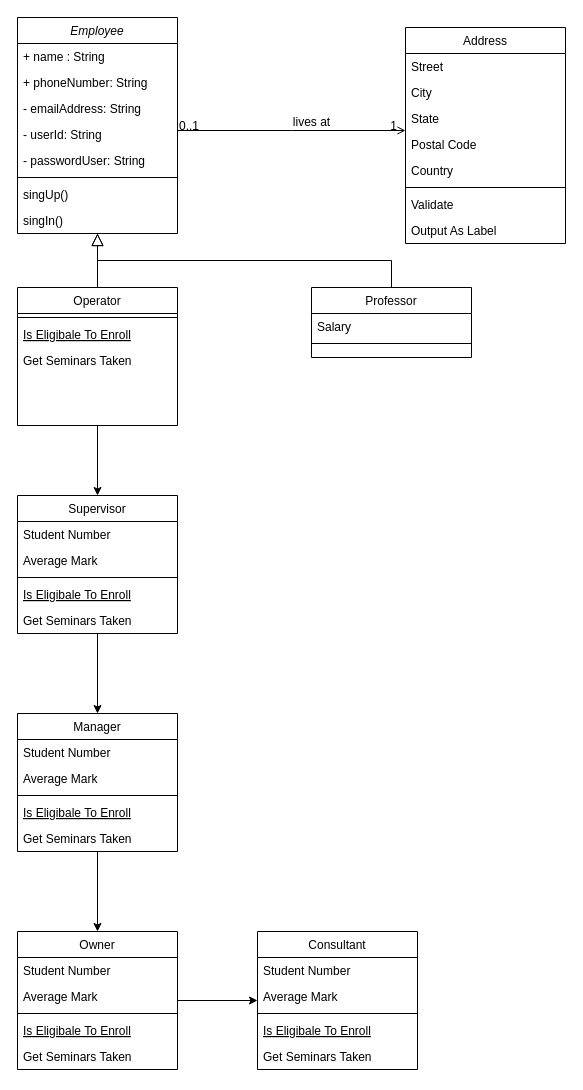
Above: page "Page-1" (1 of 2) of Classes_app.drawio in vivianebuge/objectOrientedJava (draw.io), before the change. Source tidied: cells renumbered, new cells numbered last; positions are measured from the earlier drawing's top-left corner, leaving out a move shared by most shapes. Both pictures are drawn from the tidied source at 100%, with x=0, y=0 at pixel (17, 17).
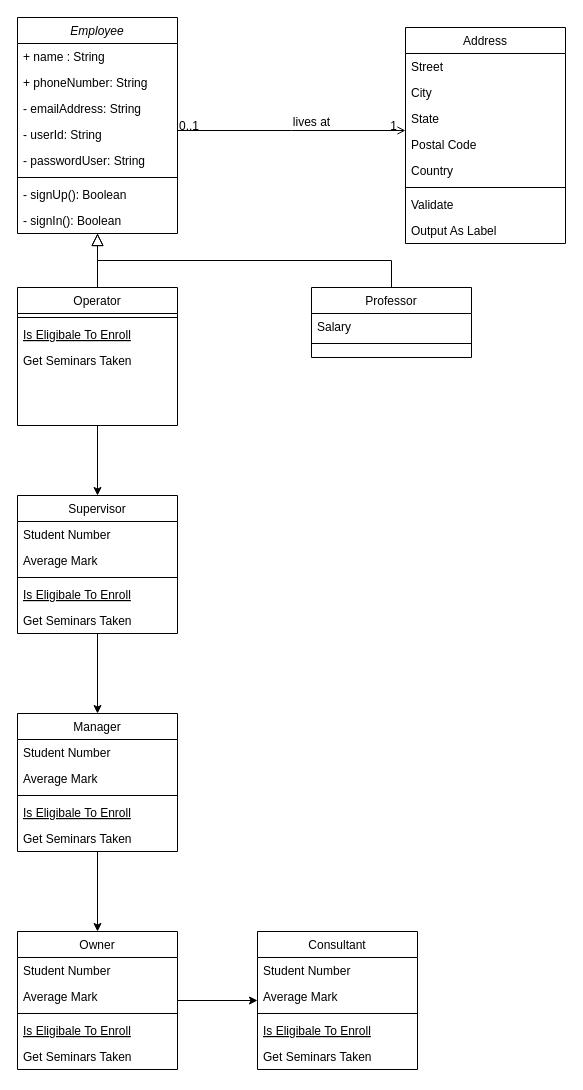
The same page after the edit.

Unchanged cells that the change refers to:
```xml
<mxCell id="2" value="Employee" style="swimlane;fontStyle=2;align=center;verticalAlign=top;horizontal=1;startSize=26;rounded=0;shadow=0;strokeWidth=1;" parent="1" vertex="1">
  <mxGeometry width="160" height="216" as="geometry" />
</mxCell>
```

Change to the diagram source:
```diff
@@
-    <mxCell id="9" value="singUp()" style="text;align=left;verticalAlign=top;spacingLeft=4;spacingRight=4;overflow=hidden;" parent="2" vertex="1">
+    <mxCell id="9" value="- signUp(): Boolean" style="text;align=left;verticalAlign=top;spacingLeft=4;spacingRight=4;overflow=hidden;" parent="2" vertex="1">
       <mxGeometry y="164" width="160" height="26" as="geometry" />
     </mxCell>
-    <mxCell id="10" value="singIn()" style="text;align=left;verticalAlign=top;spacingLeft=4;spacingRight=4;overflow=hidden;" parent="2" vertex="1">
+    <mxCell id="10" value="- signIn(): Boolean" style="text;align=left;verticalAlign=top;spacingLeft=4;spacingRight=4;overflow=hidden;" parent="2" vertex="1">
       <mxGeometry y="190" width="160" height="26" as="geometry" />
     </mxCell>
```
